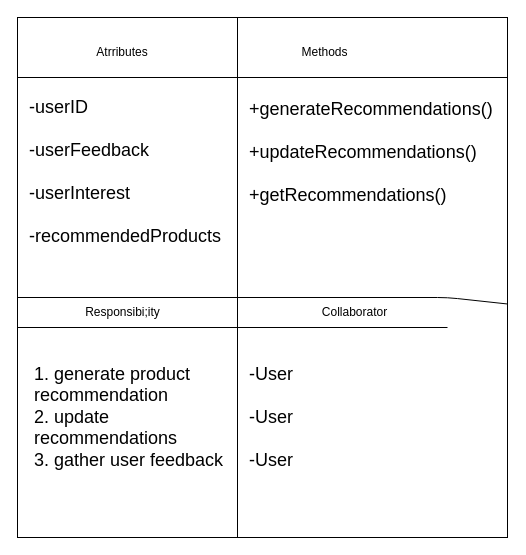
fiercePanda007/SPL2-EcommerceWebApp keeps this draw.io diagram as Software-Requirement-Specification/Class-Based-Modeling/CRC/Class-Cards/Class Diagram/recommendation.drawio. Above is the earlier version. Source tidied: cells renumbered, new cells numbered last; positions are measured from the earlier drawing's top-left corner, leaving out a move shared by most shapes. Both pictures are drawn from the tidied source at 100%, with x=0, y=0 at pixel (17, 17).
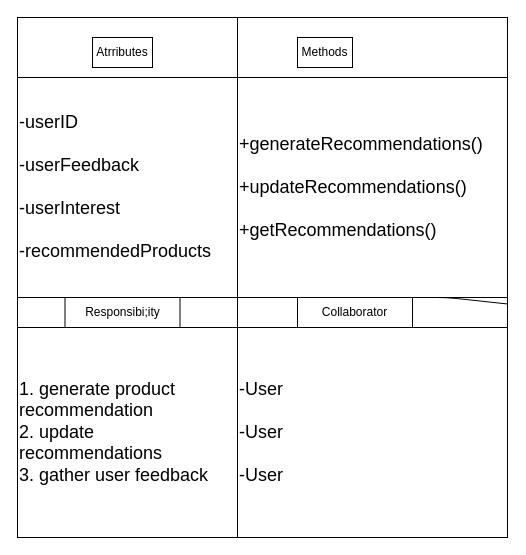
The same page after the edit.

The edit, as a diff of the source:
```diff
@@
-<mxGraphModel>
+<mxGraphModel background="#ffffff">
   <root>
     <mxCell id="0" />
     <mxCell id="1" parent="0" />
-    <mxCell id="2" style="shape=internalStorage;whiteSpace=wrap;html=1;backgroundOutline=1;dx=220;dy=60;" parent="1" vertex="1">
+    <mxCell id="2" style="shape=internalStorage;whiteSpace=wrap;html=1;backgroundOutline=1;dx=220;dy=60;fillColor=none;strokeColor=#000000;fontColor=#000000;" parent="1" vertex="1">
       <mxGeometry width="490" height="520" as="geometry" />
     </mxCell>
-    <mxCell id="3" value="Atrributes" style="text;html=1;strokeColor=none;fillColor=none;align=center;verticalAlign=middle;whiteSpace=wrap;rounded=0;" parent="1" vertex="1">
+    <mxCell id="3" value="Atrributes" style="text;html=1;strokeColor=#000000;fillColor=none;align=center;verticalAlign=middle;whiteSpace=wrap;rounded=0;fontColor=#000000;" parent="1" vertex="1">
       <mxGeometry x="75" y="20" width="60" height="30" as="geometry" />
     </mxCell>
-    <mxCell id="4" value="Methods" style="text;html=1;strokeColor=none;fillColor=none;align=center;verticalAlign=middle;whiteSpace=wrap;rounded=0;" parent="1" vertex="1">
+    <mxCell id="4" value="Methods" style="text;html=1;strokeColor=#000000;fillColor=none;align=center;verticalAlign=middle;whiteSpace=wrap;rounded=0;fontColor=#000000;" parent="1" vertex="1">
       <mxGeometry x="280" y="20" width="55" height="30" as="geometry" />
     </mxCell>
-    <mxCell id="5" style="endArrow=none;html=1;" parent="1" edge="1" target="2">
+    <mxCell id="5" style="endArrow=none;html=1;fillColor=none;strokeColor=#000000;fontColor=#000000;" parent="1" edge="1" target="2">
       <mxGeometry relative="1" as="geometry">
         <mxPoint y="280" as="sourcePoint" />
         <Array as="points">
           <mxPoint x="430" y="280" />
         </Array>
       </mxGeometry>
     </mxCell>
-    <mxCell id="6" style="endArrow=none;html=1;" parent="1" edge="1">
+    <mxCell id="6" style="endArrow=none;html=1;fillColor=none;strokeColor=#000000;fontColor=#000000;" parent="1" edge="1">
       <mxGeometry relative="1" as="geometry">
         <mxPoint y="310" as="sourcePoint" />
         <mxPoint x="430" y="310" as="targetPoint" />
         <Array as="points">
           <mxPoint x="430" y="310" />
         </Array>
       </mxGeometry>
     </mxCell>
-    <mxCell id="7" value="Responsibi;ity" style="text;html=1;strokeColor=none;fillColor=none;align=center;verticalAlign=middle;whiteSpace=wrap;rounded=0;" parent="1" vertex="1">
+    <mxCell id="7" value="Responsibi;ity" style="text;html=1;strokeColor=#000000;fillColor=none;align=center;verticalAlign=middle;whiteSpace=wrap;rounded=0;fontColor=#000000;" parent="1" vertex="1">
       <mxGeometry x="47.5" y="280" width="115" height="30" as="geometry" />
     </mxCell>
-    <mxCell id="8" value="Collaborator" style="text;html=1;strokeColor=none;fillColor=none;align=center;verticalAlign=middle;whiteSpace=wrap;rounded=0;" parent="1" vertex="1">
+    <mxCell id="8" value="Collaborator" style="text;html=1;strokeColor=#000000;fillColor=none;align=center;verticalAlign=middle;whiteSpace=wrap;rounded=0;fontColor=#000000;" parent="1" vertex="1">
       <mxGeometry x="280" y="280" width="115" height="30" as="geometry" />
     </mxCell>
-    <mxCell id="9" value="&lt;font style=&quot;font-size: 18px;&quot;&gt;-userID&lt;br&gt;&lt;br&gt;-userFeedback&lt;br&gt;&lt;br&gt;-userInterest&lt;br&gt;&lt;br&gt;-recommendedProducts&lt;br&gt;&lt;/font&gt;" style="text;html=1;strokeColor=none;fillColor=none;align=left;verticalAlign=middle;whiteSpace=wrap;rounded=0;" parent="1" vertex="1">
-      <mxGeometry x="10" y="60" width="200" height="190" as="geometry" />
+    <mxCell id="9" value="&lt;font style=&quot;font-size: 18px;&quot;&gt;-userID&lt;br&gt;&lt;br&gt;-userFeedback&lt;br&gt;&lt;br&gt;-userInterest&lt;br&gt;&lt;br&gt;-recommendedProducts&lt;br&gt;&lt;/font&gt;" style="text;html=1;strokeColor=#000000;fillColor=none;align=left;verticalAlign=middle;whiteSpace=wrap;rounded=0;fontColor=#000000;" parent="1" vertex="1">
+      <mxGeometry y="60" width="220" height="220" as="geometry" />
     </mxCell>
-    <mxCell id="10" value="&lt;span style=&quot;font-size: 18px;&quot;&gt;+generateRecommendations()&lt;br&gt;&lt;br&gt;+updateRecommendations()&lt;br&gt;&lt;br&gt;+getRecommendations()&lt;br&gt;&lt;/span&gt;" style="text;html=1;strokeColor=none;fillColor=none;align=left;verticalAlign=middle;whiteSpace=wrap;rounded=0;" parent="1" vertex="1">
-      <mxGeometry x="230" y="40" width="250" height="190" as="geometry" />
+    <mxCell id="10" value="&lt;span style=&quot;font-size: 18px;&quot;&gt;+generateRecommendations()&lt;br&gt;&lt;br&gt;+updateRecommendations()&lt;br&gt;&lt;br&gt;+getRecommendations()&lt;br&gt;&lt;/span&gt;" style="text;html=1;strokeColor=#000000;fillColor=none;align=left;verticalAlign=middle;whiteSpace=wrap;rounded=0;fontColor=#000000;" parent="1" vertex="1">
+      <mxGeometry x="220" y="60" width="270" height="220" as="geometry" />
     </mxCell>
-    <mxCell id="11" value="&lt;span style=&quot;font-size: 18px;&quot;&gt;1. generate product recommendation&lt;br&gt;2. update recommendations&amp;nbsp;&lt;br&gt;3. gather user feedback&lt;br&gt;&lt;/span&gt;" style="text;html=1;strokeColor=none;fillColor=none;align=left;verticalAlign=middle;whiteSpace=wrap;rounded=0;" parent="1" vertex="1">
-      <mxGeometry x="15" y="320" width="195" height="160" as="geometry" />
+    <mxCell id="11" value="&lt;span style=&quot;font-size: 18px;&quot;&gt;1. generate product recommendation&lt;br&gt;2. update recommendations&amp;nbsp;&lt;br&gt;3. gather user feedback&lt;br&gt;&lt;/span&gt;" style="text;html=1;strokeColor=#000000;fillColor=none;align=left;verticalAlign=middle;whiteSpace=wrap;rounded=0;fontColor=#000000;" parent="1" vertex="1">
+      <mxGeometry y="310" width="220" height="210" as="geometry" />
     </mxCell>
-    <mxCell id="12" value="&lt;font style=&quot;font-size: 18px;&quot;&gt;-User&lt;br&gt;&lt;br&gt;-User&lt;br&gt;&lt;br&gt;-User&lt;br&gt;&lt;/font&gt;" style="text;html=1;strokeColor=none;fillColor=none;align=left;verticalAlign=middle;whiteSpace=wrap;rounded=0;" parent="1" vertex="1">
-      <mxGeometry x="230" y="315" width="190" height="170" as="geometry" />
+    <mxCell id="12" value="&lt;font style=&quot;font-size: 18px;&quot;&gt;-User&lt;br&gt;&lt;br&gt;-User&lt;br&gt;&lt;br&gt;-User&lt;br&gt;&lt;/font&gt;" style="text;html=1;strokeColor=#000000;fillColor=none;align=left;verticalAlign=middle;whiteSpace=wrap;rounded=0;fontColor=#000000;" parent="1" vertex="1">
+      <mxGeometry x="220" y="310" width="270" height="210" as="geometry" />
     </mxCell>
   </root>
 </mxGraphModel>
```
